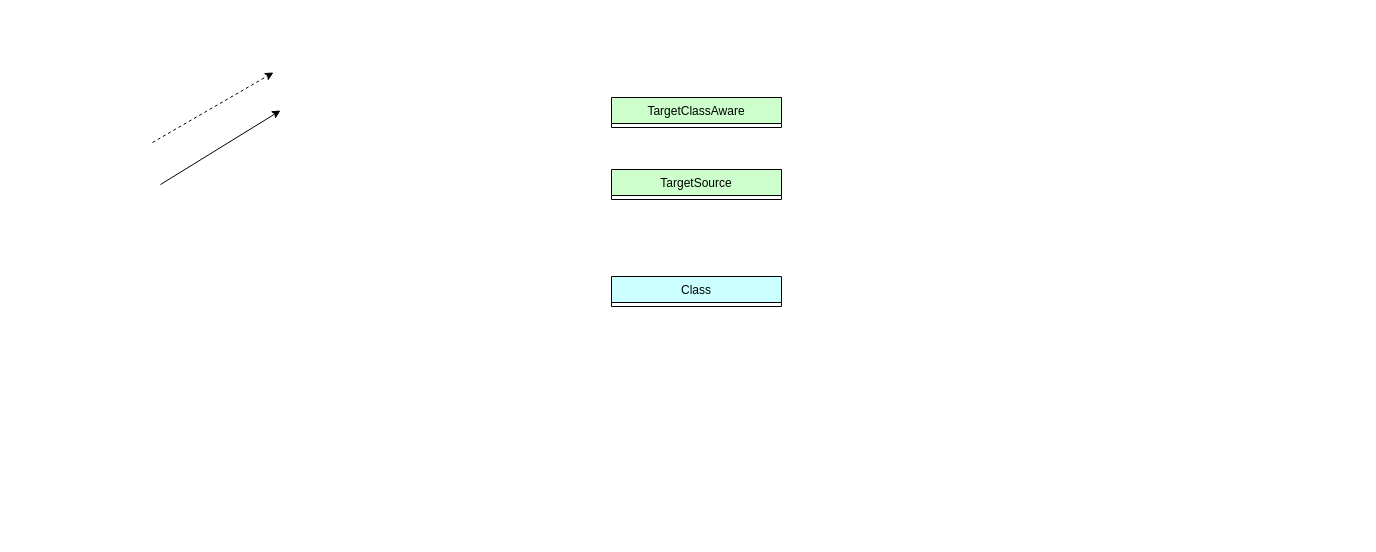
Above: spring/aop/TargetSource.drawio in MuggleStar/draw_io (draw.io), before the change. Source tidied: cells renumbered, new cells numbered last; positions are measured from the earlier drawing's top-left corner, leaving out a move shared by most shapes. Both pictures are drawn from the tidied source at 100%, with x=0, y=0 at pixel (152, 72).
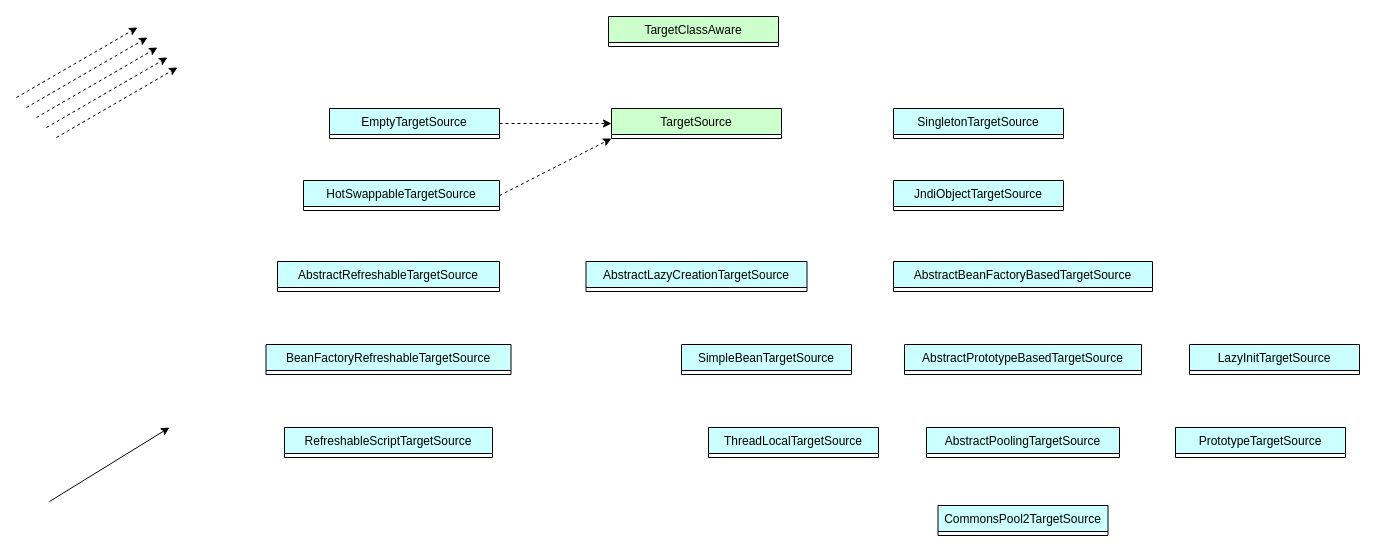
Above is the later version.

What changed in the source:
```diff
@@
-    <mxCell id="2" value="Class" style="swimlane;fontStyle=0;horizontal=1;startSize=26;fillColor=#CCFFFF;direction=east;strokeColor=default;swimlaneLine=1;glass=0;rounded=0;shadow=0;" parent="1" vertex="1" collapsed="1">
-      <mxGeometry x="459" y="204" width="170" height="30" as="geometry" />
+    <mxCell id="2" value="HotSwappableTargetSource" style="swimlane;fontStyle=0;horizontal=1;startSize=26;fillColor=#CCFFFF;direction=east;strokeColor=default;swimlaneLine=1;glass=0;rounded=0;shadow=0;" parent="1" vertex="1" collapsed="1">
+      <mxGeometry x="151" y="108" width="196" height="30" as="geometry" />
     </mxCell>
     <mxCell id="3" style="endArrow=classic;html=1;rounded=0;dashed=1;" parent="1" edge="1">
       <mxGeometry relative="1" as="geometry">
-        <mxPoint y="70" as="sourcePoint" />
-        <mxPoint x="121" as="targetPoint" />
+        <mxPoint x="-136" y="25" as="sourcePoint" />
+        <mxPoint x="-15" y="-45" as="targetPoint" />
       </mxGeometry>
     </mxCell>
     <mxCell id="4" style="endArrow=classic;html=1;rounded=0;" parent="1" edge="1">
       <mxGeometry relative="1" as="geometry">
-        <mxPoint x="8" y="112" as="sourcePoint" />
-        <mxPoint x="128" y="38" as="targetPoint" />
+        <mxPoint x="-103" y="429" as="sourcePoint" />
+        <mxPoint x="17" y="355" as="targetPoint" />
       </mxGeometry>
     </mxCell>
     <mxCell id="5" value="TargetClassAware" style="swimlane;fontStyle=0;horizontal=1;startSize=26;fillColor=#CCFFCC;direction=east;strokeColor=default;swimlaneLine=1;glass=0;rounded=0;shadow=0;" parent="1" vertex="1" collapsed="1">
-      <mxGeometry x="459" y="25" width="170" height="30" as="geometry" />
+      <mxGeometry x="456" y="-56" width="170" height="30" as="geometry" />
     </mxCell>
     <mxCell id="6" value="TargetSource" style="swimlane;fontStyle=0;horizontal=1;startSize=26;fillColor=#CCFFCC;direction=east;strokeColor=default;swimlaneLine=1;glass=0;rounded=0;shadow=0;" parent="1" vertex="1" collapsed="1">
-      <mxGeometry x="459" y="97" width="170" height="30" as="geometry" />
+      <mxGeometry x="459" y="36" width="170" height="30" as="geometry" />
     </mxCell>
+    <mxCell id="7" value="EmptyTargetSource" style="swimlane;fontStyle=0;horizontal=1;startSize=26;fillColor=#CCFFFF;direction=east;strokeColor=default;swimlaneLine=1;glass=0;rounded=0;shadow=0;" parent="1" vertex="1" collapsed="1">
+      <mxGeometry x="177" y="36" width="170" height="30" as="geometry" />
+    </mxCell>
+    <mxCell id="8" value="AbstractRefreshableTargetSource" style="swimlane;fontStyle=0;horizontal=1;startSize=26;fillColor=#CCFFFF;direction=east;strokeColor=default;swimlaneLine=1;glass=0;rounded=0;shadow=0;" parent="1" vertex="1" collapsed="1">
+      <mxGeometry x="125" y="189" width="222" height="30" as="geometry" />
+    </mxCell>
+    <mxCell id="9" value="AbstractLazyCreationTargetSource" style="swimlane;fontStyle=0;horizontal=1;startSize=26;fillColor=#CCFFFF;direction=east;strokeColor=default;swimlaneLine=1;glass=0;rounded=0;shadow=0;" parent="1" vertex="1" collapsed="1">
+      <mxGeometry x="433.5" y="189" width="221" height="30" as="geometry" />
+    </mxCell>
+    <mxCell id="10" value="AbstractBeanFactoryBasedTargetSource" style="swimlane;fontStyle=0;horizontal=1;startSize=26;fillColor=#CCFFFF;direction=east;strokeColor=default;swimlaneLine=1;glass=0;rounded=0;shadow=0;" parent="1" vertex="1" collapsed="1">
+      <mxGeometry x="741" y="189" width="259" height="30" as="geometry" />
+    </mxCell>
+    <mxCell id="11" value="JndiObjectTargetSource" style="swimlane;fontStyle=0;horizontal=1;startSize=26;fillColor=#CCFFFF;direction=east;strokeColor=default;swimlaneLine=1;glass=0;rounded=0;shadow=0;" parent="1" vertex="1" collapsed="1">
+      <mxGeometry x="741" y="108" width="170" height="30" as="geometry" />
+    </mxCell>
+    <mxCell id="12" value="SingletonTargetSource" style="swimlane;fontStyle=0;horizontal=1;startSize=26;fillColor=#CCFFFF;direction=east;strokeColor=default;swimlaneLine=1;glass=0;rounded=0;shadow=0;" parent="1" vertex="1" collapsed="1">
+      <mxGeometry x="741" y="36" width="170" height="30" as="geometry" />
+    </mxCell>
+    <mxCell id="13" value="BeanFactoryRefreshableTargetSource" style="swimlane;fontStyle=0;horizontal=1;startSize=26;fillColor=#CCFFFF;direction=east;strokeColor=default;swimlaneLine=1;glass=0;rounded=0;shadow=0;" parent="1" vertex="1" collapsed="1">
+      <mxGeometry x="113.5" y="272" width="245" height="30" as="geometry" />
+    </mxCell>
+    <mxCell id="14" value="RefreshableScriptTargetSource" style="swimlane;fontStyle=0;horizontal=1;startSize=26;fillColor=#CCFFFF;direction=east;strokeColor=default;swimlaneLine=1;glass=0;rounded=0;shadow=0;" parent="1" vertex="1" collapsed="1">
+      <mxGeometry x="132" y="355" width="208" height="30" as="geometry" />
+    </mxCell>
+    <mxCell id="15" value="LazyInitTargetSource" style="swimlane;fontStyle=0;horizontal=1;startSize=26;fillColor=#CCFFFF;direction=east;strokeColor=default;swimlaneLine=1;glass=0;rounded=0;shadow=0;" parent="1" vertex="1" collapsed="1">
+      <mxGeometry x="1037" y="272" width="170" height="30" as="geometry" />
+    </mxCell>
+    <mxCell id="16" value="AbstractPrototypeBasedTargetSource" style="swimlane;fontStyle=0;horizontal=1;startSize=26;fillColor=#CCFFFF;direction=east;strokeColor=default;swimlaneLine=1;glass=0;rounded=0;shadow=0;" parent="1" vertex="1" collapsed="1">
+      <mxGeometry x="752" y="272" width="237" height="30" as="geometry" />
+    </mxCell>
+    <mxCell id="17" value="SimpleBeanTargetSource" style="swimlane;fontStyle=0;horizontal=1;startSize=26;fillColor=#CCFFFF;direction=east;strokeColor=default;swimlaneLine=1;glass=0;rounded=0;shadow=0;" parent="1" vertex="1" collapsed="1">
+      <mxGeometry x="529" y="272" width="170" height="30" as="geometry" />
+    </mxCell>
+    <mxCell id="18" value="CommonsPool2TargetSource" style="swimlane;fontStyle=0;horizontal=1;startSize=26;fillColor=#CCFFFF;direction=east;strokeColor=default;swimlaneLine=1;glass=0;rounded=0;shadow=0;" parent="1" vertex="1" collapsed="1">
+      <mxGeometry x="785.5" y="433" width="170" height="30" as="geometry" />
+    </mxCell>
+    <mxCell id="19" value="PrototypeTargetSource" style="swimlane;fontStyle=0;horizontal=1;startSize=26;fillColor=#CCFFFF;direction=east;strokeColor=default;swimlaneLine=1;glass=0;rounded=0;shadow=0;" parent="1" vertex="1" collapsed="1">
+      <mxGeometry x="1023" y="355" width="170" height="30" as="geometry" />
+    </mxCell>
+    <mxCell id="20" value="AbstractPoolingTargetSource" style="swimlane;fontStyle=0;horizontal=1;startSize=26;fillColor=#CCFFFF;direction=east;strokeColor=default;swimlaneLine=1;glass=0;rounded=0;shadow=0;" parent="1" vertex="1" collapsed="1">
+      <mxGeometry x="774" y="355" width="193" height="30" as="geometry" />
+    </mxCell>
+    <mxCell id="21" value="ThreadLocalTargetSource" style="swimlane;fontStyle=0;horizontal=1;startSize=26;fillColor=#CCFFFF;direction=east;strokeColor=default;swimlaneLine=1;glass=0;rounded=0;shadow=0;" parent="1" vertex="1" collapsed="1">
+      <mxGeometry x="556" y="355" width="170" height="30" as="geometry" />
+    </mxCell>
+    <mxCell id="22" style="endArrow=classic;html=1;rounded=0;dashed=1;" parent="1" edge="1">
+      <mxGeometry relative="1" as="geometry">
+        <mxPoint x="-126" y="35" as="sourcePoint" />
+        <mxPoint x="-5" y="-35" as="targetPoint" />
+      </mxGeometry>
+    </mxCell>
+    <mxCell id="23" style="endArrow=classic;html=1;rounded=0;dashed=1;" parent="1" edge="1">
+      <mxGeometry relative="1" as="geometry">
+        <mxPoint x="-116" y="45" as="sourcePoint" />
+        <mxPoint x="5" y="-25" as="targetPoint" />
+      </mxGeometry>
+    </mxCell>
+    <mxCell id="24" style="endArrow=classic;html=1;rounded=0;dashed=1;" parent="1" edge="1">
+      <mxGeometry relative="1" as="geometry">
+        <mxPoint x="-106" y="55" as="sourcePoint" />
+        <mxPoint x="15" y="-15" as="targetPoint" />
+      </mxGeometry>
+    </mxCell>
+    <mxCell id="25" style="endArrow=classic;html=1;rounded=0;dashed=1;" parent="1" edge="1">
+      <mxGeometry relative="1" as="geometry">
+        <mxPoint x="-96" y="65" as="sourcePoint" />
+        <mxPoint x="25" y="-5" as="targetPoint" />
+      </mxGeometry>
+    </mxCell>
+    <mxCell id="26" style="endArrow=classic;html=1;rounded=0;dashed=1;exitX=1;exitY=0.5;exitDx=0;exitDy=0;entryX=0;entryY=1;entryDx=0;entryDy=0;" parent="1" edge="1" source="2" target="6">
+      <mxGeometry relative="1" as="geometry" />
+    </mxCell>
+    <mxCell id="27" style="endArrow=classic;html=1;rounded=0;dashed=1;exitX=1;exitY=0.5;exitDx=0;exitDy=0;entryX=0;entryY=0.5;entryDx=0;entryDy=0;" parent="1" edge="1" source="7" target="6">
+      <mxGeometry relative="1" as="geometry" />
+    </mxCell>
```
